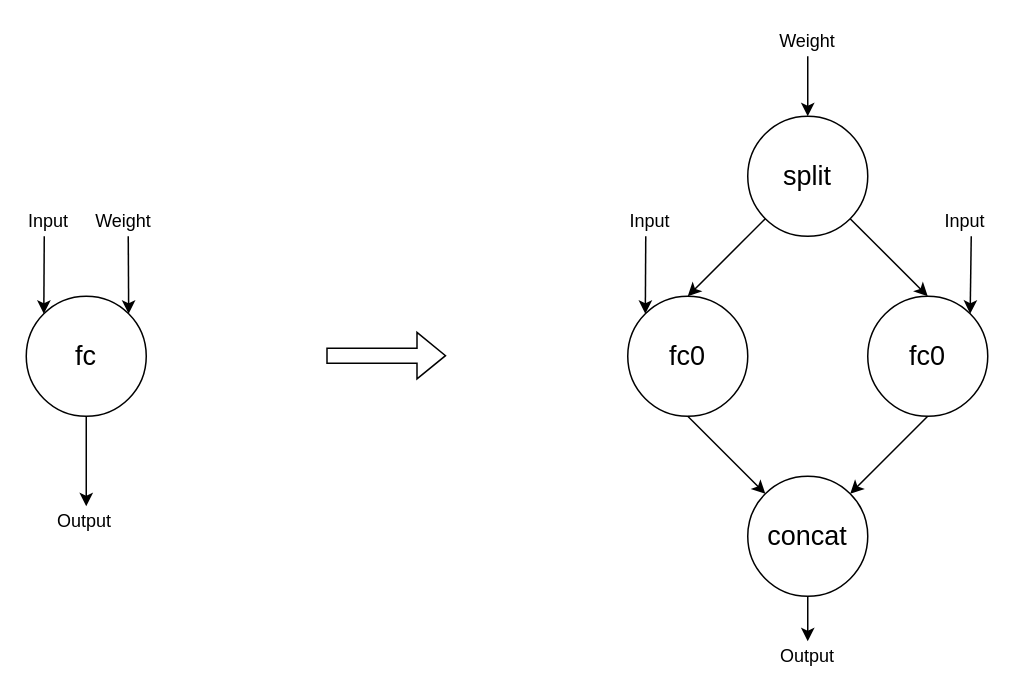
Earlier version of the draw.io diagram page "第 3 页" (3 of 4) of FC.drawio (alanzhai219/dive_into_framework). Source tidied: cells renumbered, new cells numbered last; positions are measured from the earlier drawing's top-left corner, leaving out a move shared by most shapes. Both pictures are drawn from the tidied source at 150%, with x=0, y=0 at pixel (26, 26).
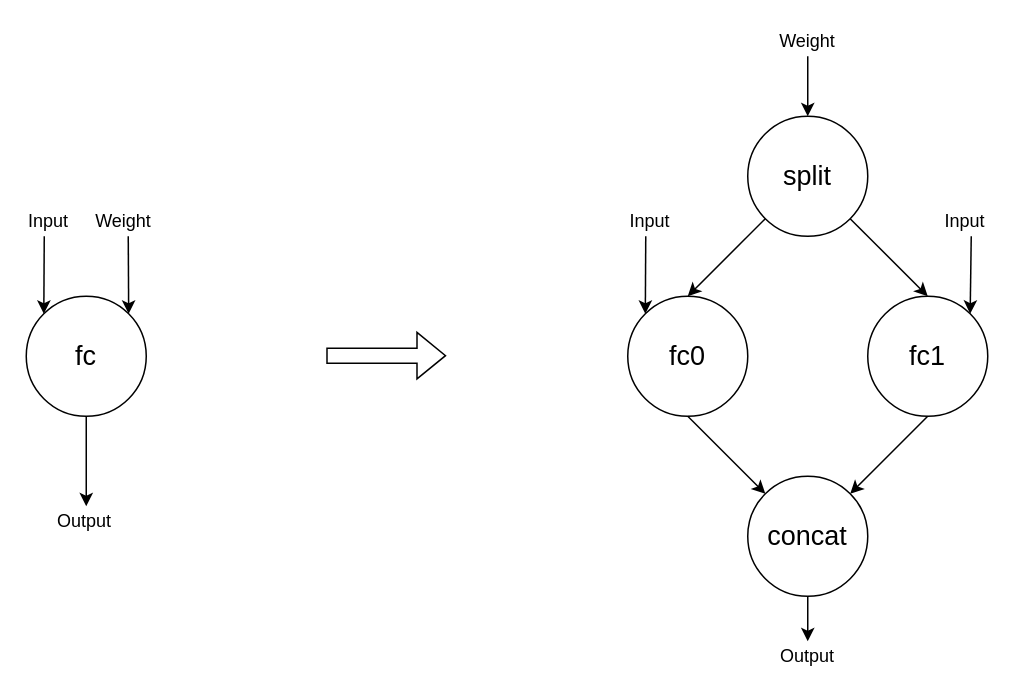
The same diagram, later.

The change refers to these unchanged cells:
```xml
<mxCell id="9" style="group;" parent="1" vertex="1">
  <mxGeometry x="401" width="240" height="430" as="geometry" />
</mxCell>
```

Change to the diagram source:
```diff
@@
-    <mxCell id="14" value="&lt;span style=&quot;font-size: 18px;&quot;&gt;fc0&lt;/span&gt;" style="ellipse;whiteSpace=wrap;html=1;" parent="9" vertex="1">
+    <mxCell id="14" value="&lt;span style=&quot;font-size: 18px;&quot;&gt;fc1&lt;/span&gt;" style="ellipse;whiteSpace=wrap;html=1;" parent="9" vertex="1">
       <mxGeometry x="160" y="180" width="80" height="80" as="geometry" />
     </mxCell>
```
